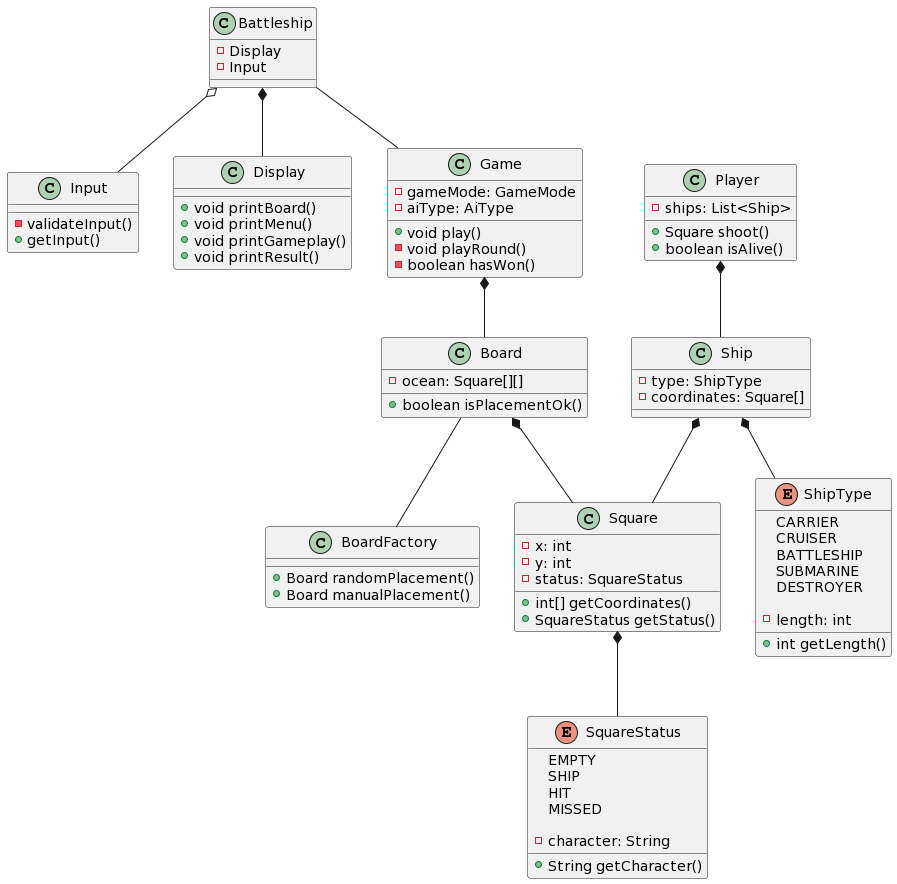
benedekhalaj/battleship-java keeps this PlantUML diagram as uml.png. Above is the earlier version.
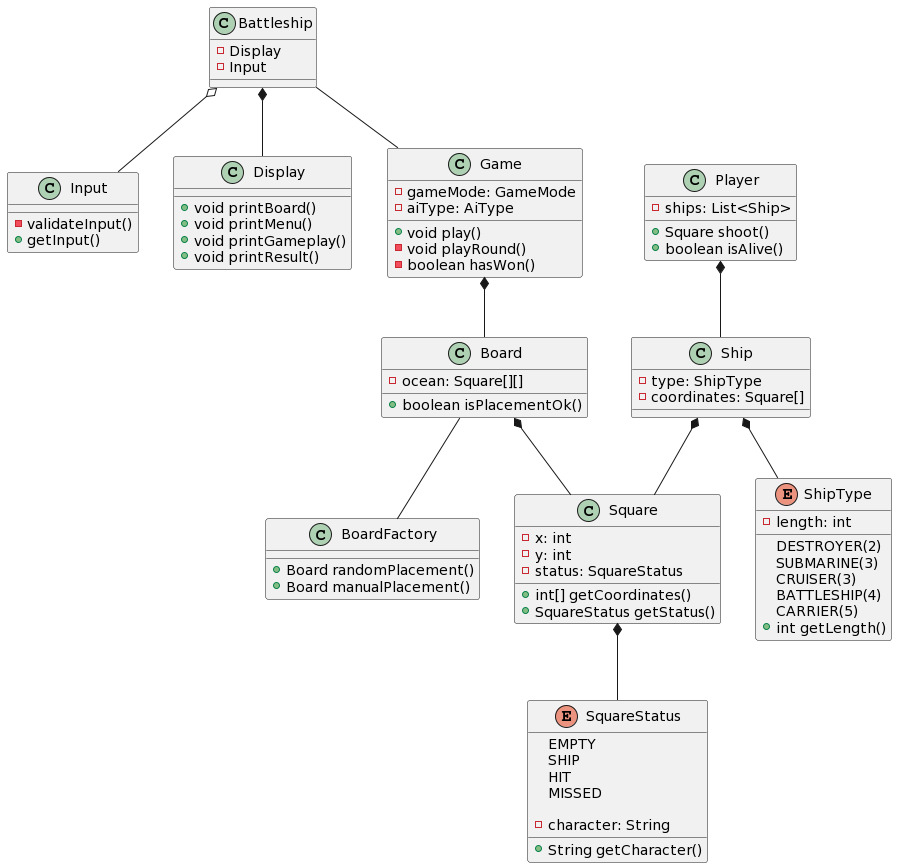
Later version of the same file.

Change to the diagram source:
```diff
@@ -47,11 +47,11 @@
 + Board manualPlacement()
 }
   enum ShipType {
-CARRIER
-CRUISER
-BATTLESHIP
-SUBMARINE
-DESTROYER
+DESTROYER(2)
+SUBMARINE(3)
+CRUISER(3)
+BATTLESHIP(4)
+CARRIER(5)
 
 - length: int
 + int getLength()
```
